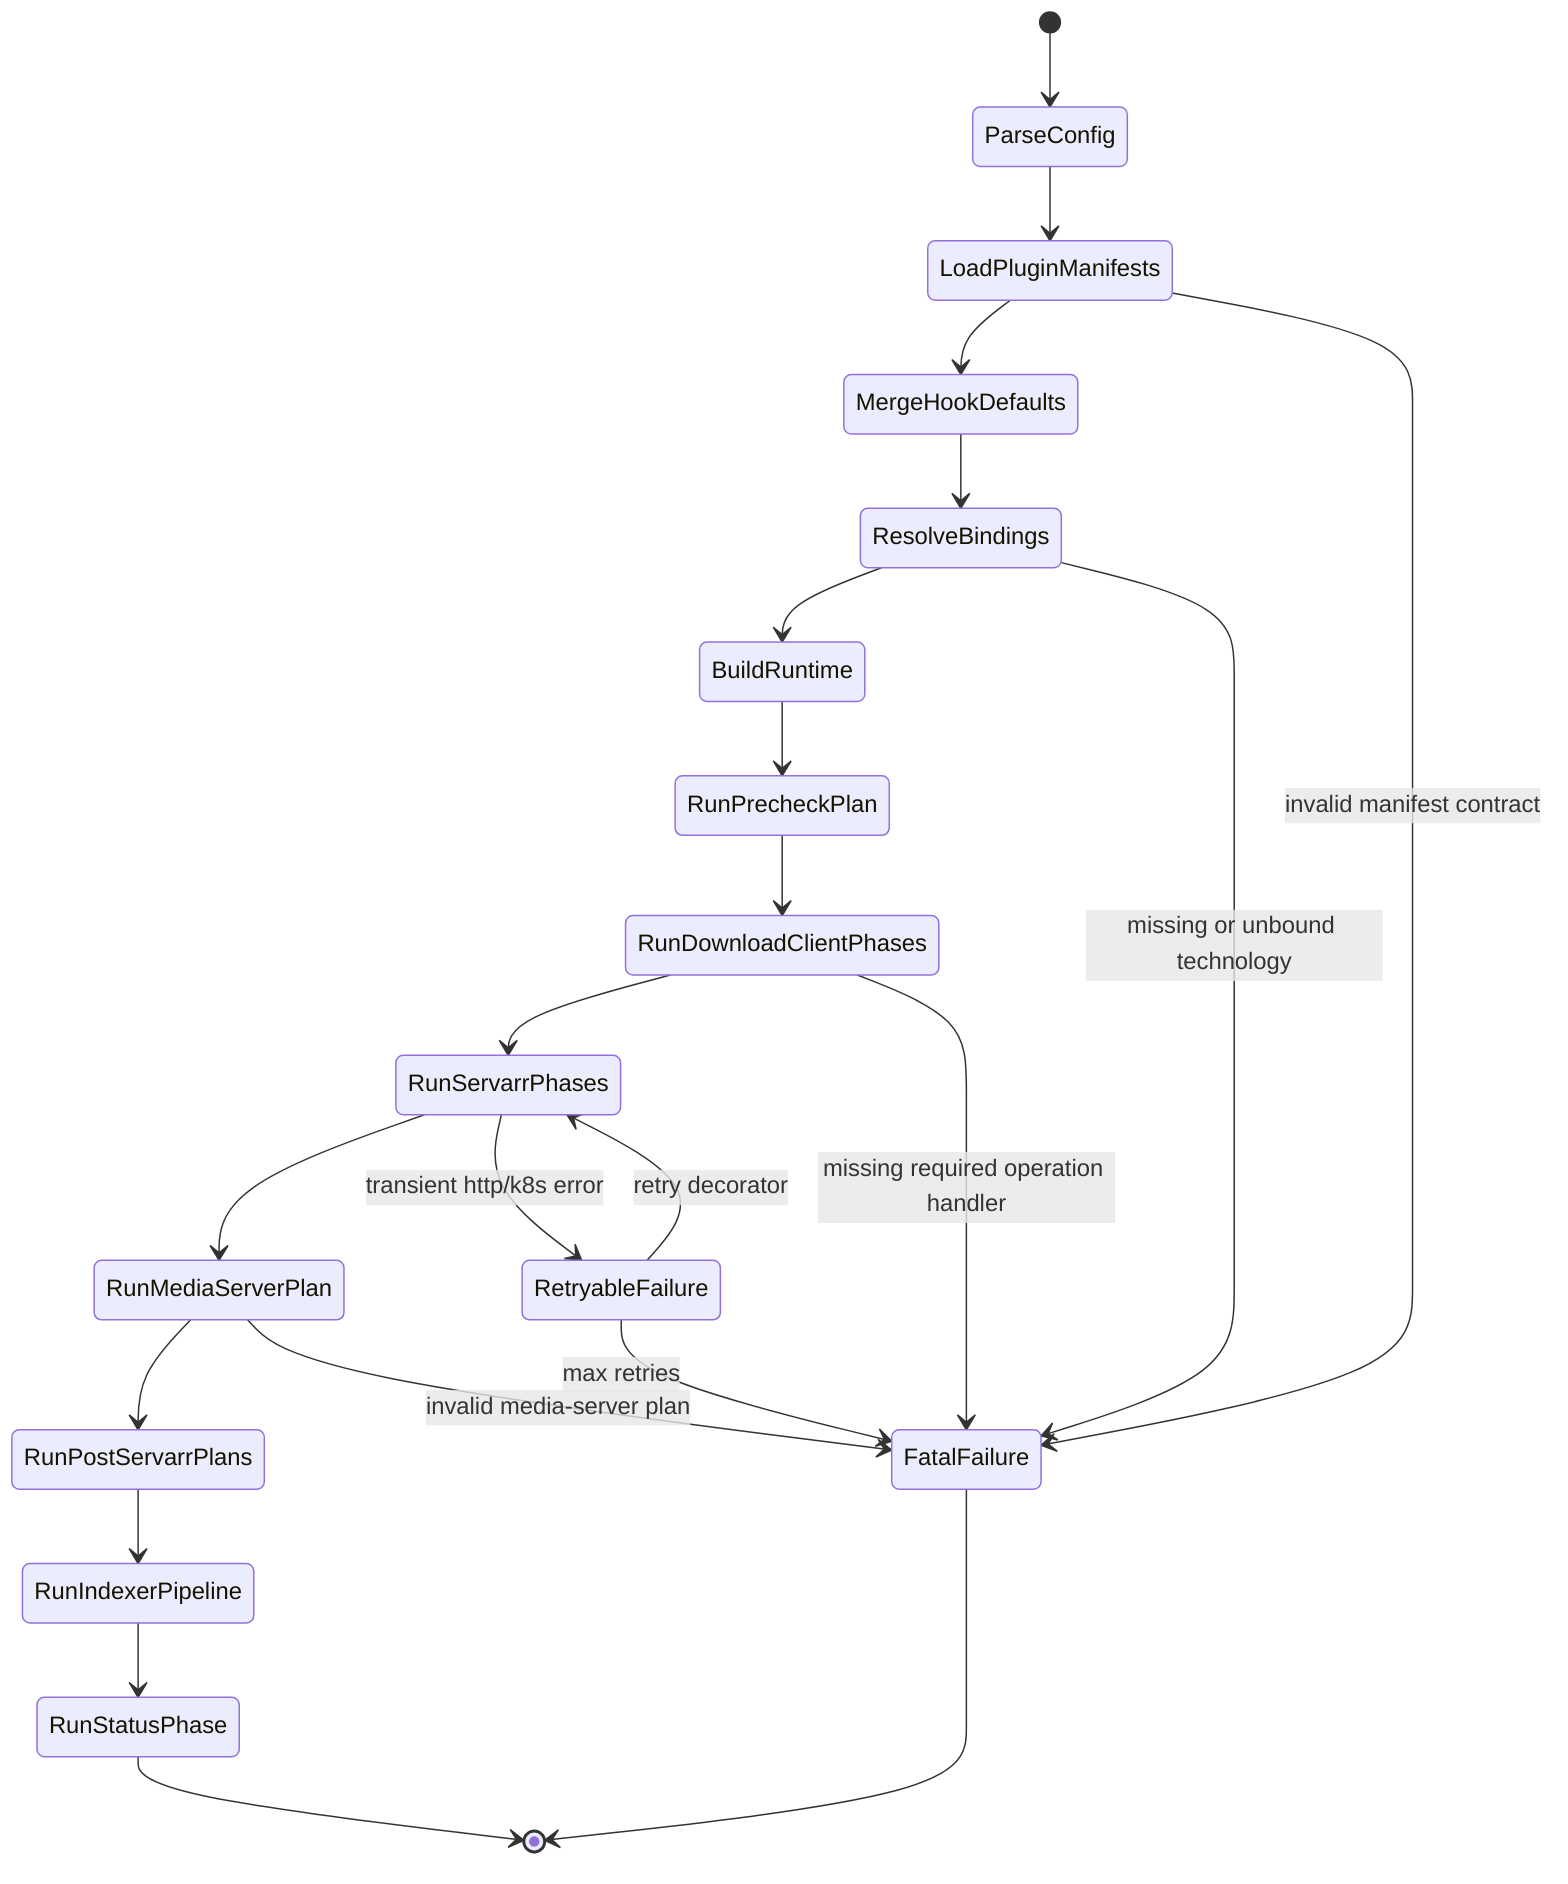
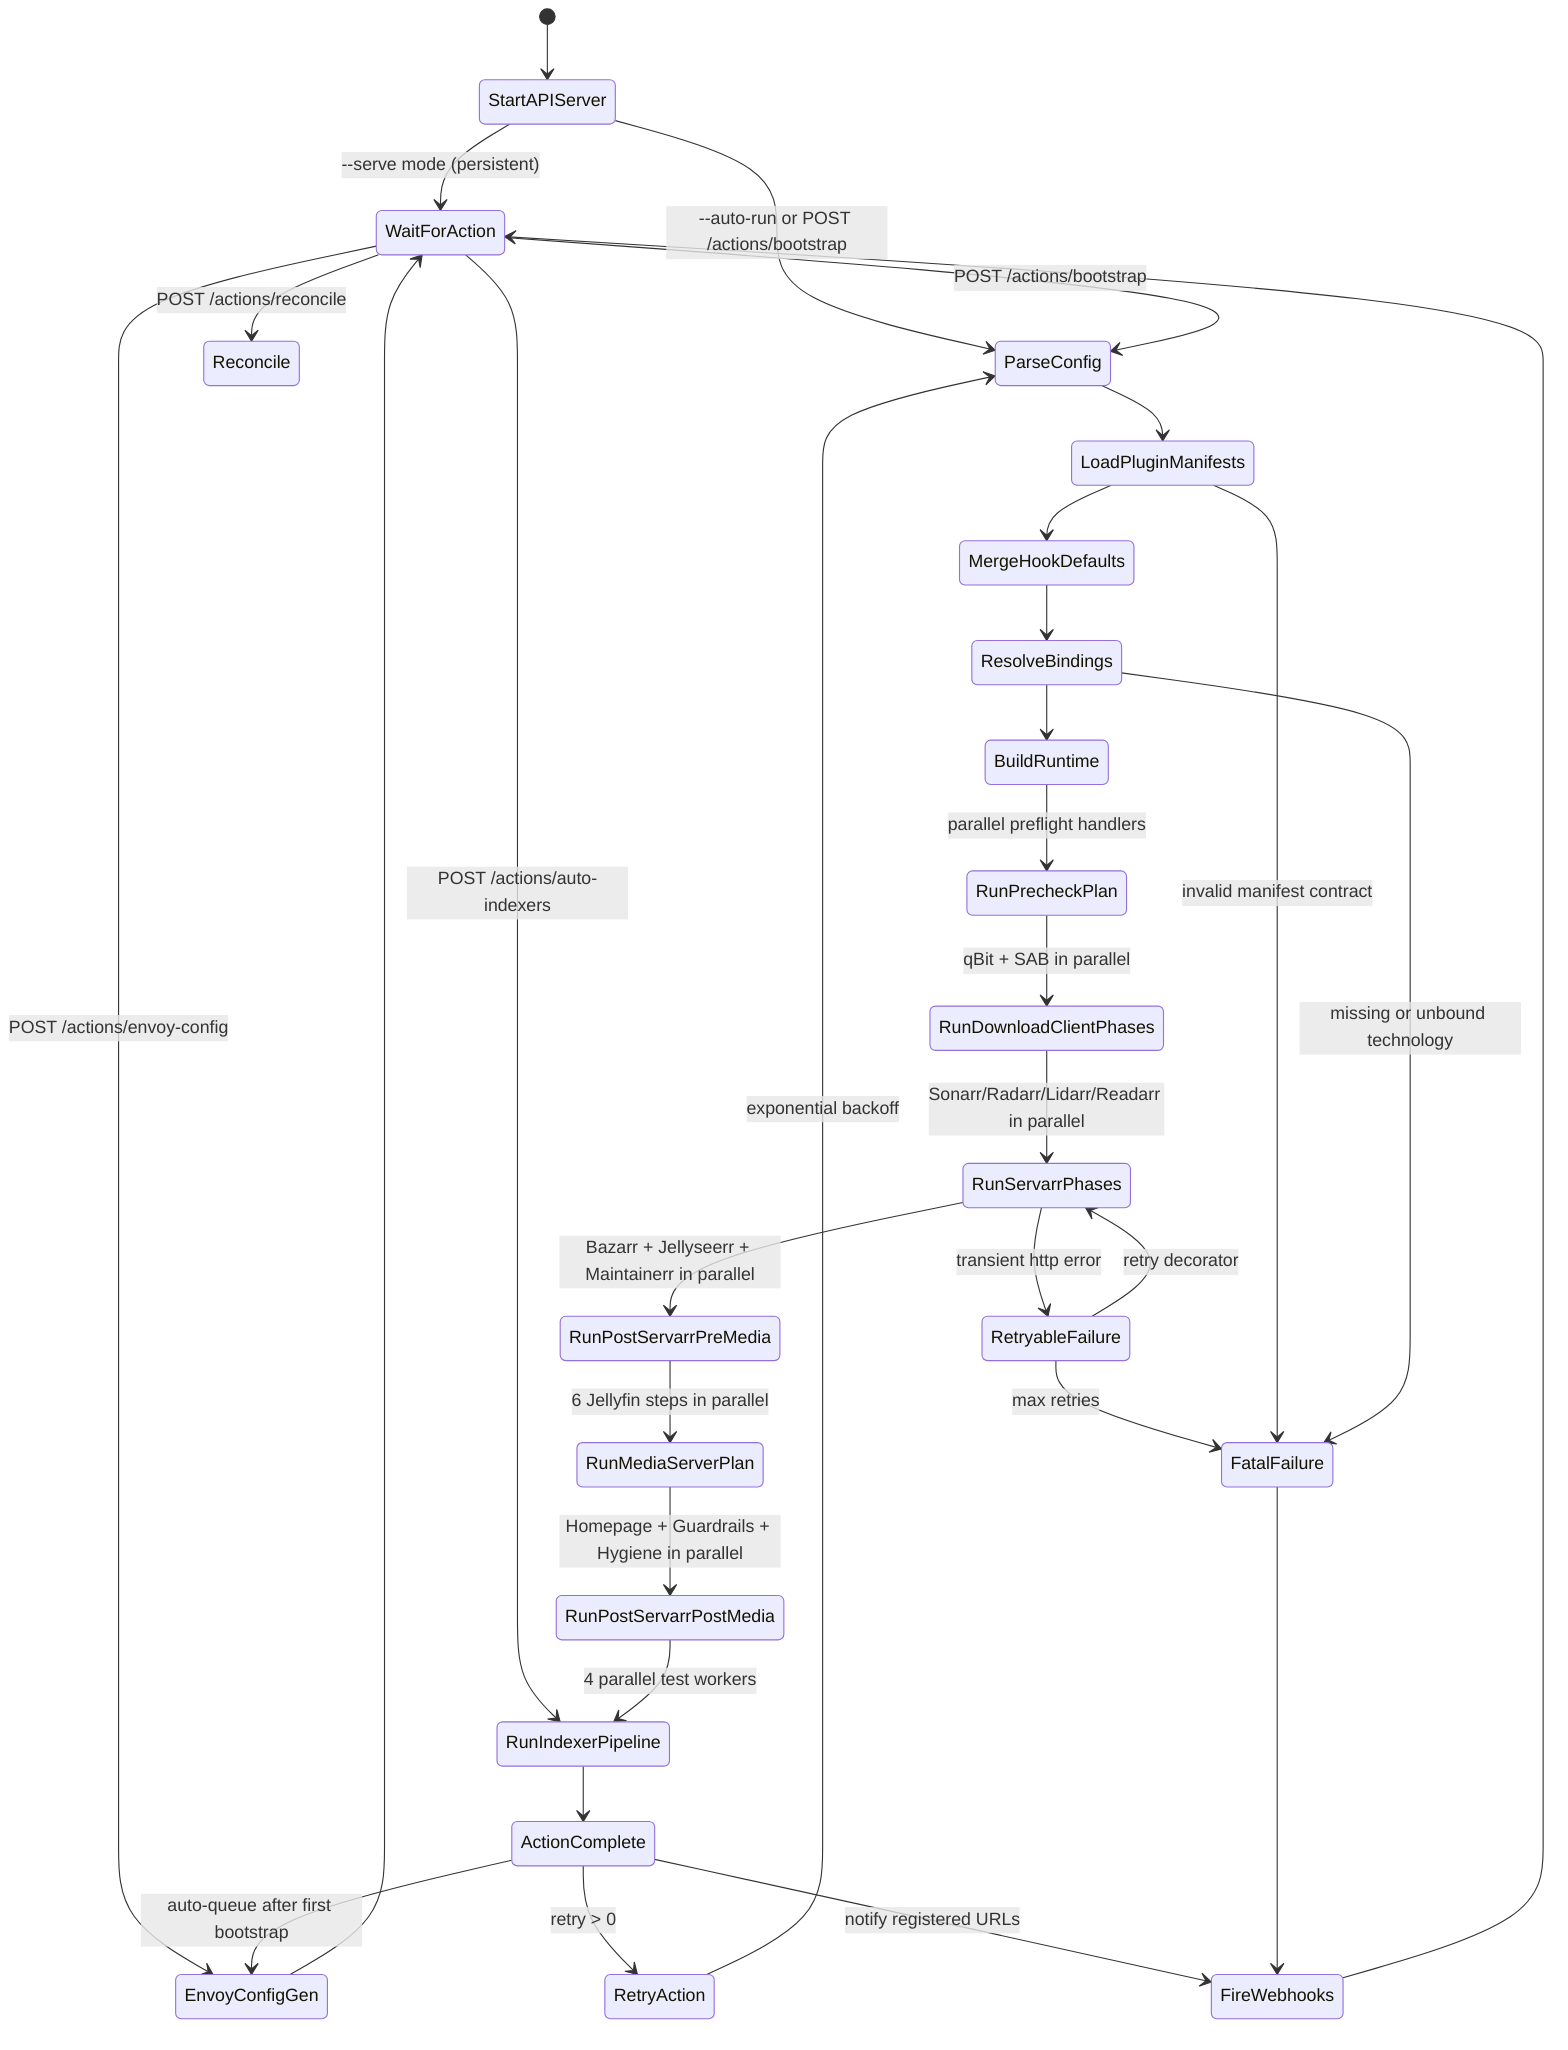
stateDiagram-v2
-   [*] --> ParseConfig
+   [*] --> StartAPIServer
+   StartAPIServer --> WaitForAction: --serve mode (persistent)
+   StartAPIServer --> ParseConfig: --auto-run or POST /actions/bootstrap
+ 
+   WaitForAction --> ParseConfig: POST /actions/bootstrap
+   WaitForAction --> RunIndexerPipeline: POST /actions/auto-indexers
+   WaitForAction --> EnvoyConfigGen: POST /actions/envoy-config
+   WaitForAction --> Reconcile: POST /actions/reconcile
+ 
  ParseConfig --> LoadPluginManifests
  LoadPluginManifests --> MergeHookDefaults
  MergeHookDefaults --> ResolveBindings
  ResolveBindings --> BuildRuntime

-   BuildRuntime --> RunPrecheckPlan
-   RunPrecheckPlan --> RunDownloadClientPhases
-   RunDownloadClientPhases --> RunServarrPhases
-   RunServarrPhases --> RunMediaServerPlan
-   RunMediaServerPlan --> RunPostServarrPlans
-   RunPostServarrPlans --> RunIndexerPipeline
-   RunIndexerPipeline --> RunStatusPhase
-   RunStatusPhase --> [*]
+   BuildRuntime --> RunPrecheckPlan: parallel preflight handlers
+   RunPrecheckPlan --> RunDownloadClientPhases: qBit + SAB in parallel
+   RunDownloadClientPhases --> RunServarrPhases: Sonarr/Radarr/Lidarr/Readarr in parallel
+   RunServarrPhases --> RunPostServarrPreMedia: Bazarr + Jellyseerr + Maintainerr in parallel
+   RunPostServarrPreMedia --> RunMediaServerPlan: 6 Jellyfin steps in parallel
+   RunMediaServerPlan --> RunPostServarrPostMedia: Homepage + Guardrails + Hygiene in parallel
+   RunPostServarrPostMedia --> RunIndexerPipeline: 4 parallel test workers
+   RunIndexerPipeline --> ActionComplete
+   ActionComplete --> EnvoyConfigGen: auto-queue after first bootstrap
+   EnvoyConfigGen --> WaitForAction

-   RunServarrPhases --> RetryableFailure: transient http/k8s error
+   ActionComplete --> RetryAction: retry > 0
+   RetryAction --> ParseConfig: exponential backoff
+ 
+   RunServarrPhases --> RetryableFailure: transient http error
  RetryableFailure --> RunServarrPhases: retry decorator
  RetryableFailure --> FatalFailure: max retries
-   FatalFailure --> [*]
+ 
+   ActionComplete --> FireWebhooks: notify registered URLs
+   FatalFailure --> FireWebhooks
+   FireWebhooks --> WaitForAction

  LoadPluginManifests --> FatalFailure: invalid manifest contract
  ResolveBindings --> FatalFailure: missing or unbound technology
-   RunDownloadClientPhases --> FatalFailure: missing required operation handler
-   RunMediaServerPlan --> FatalFailure: invalid media-server plan
